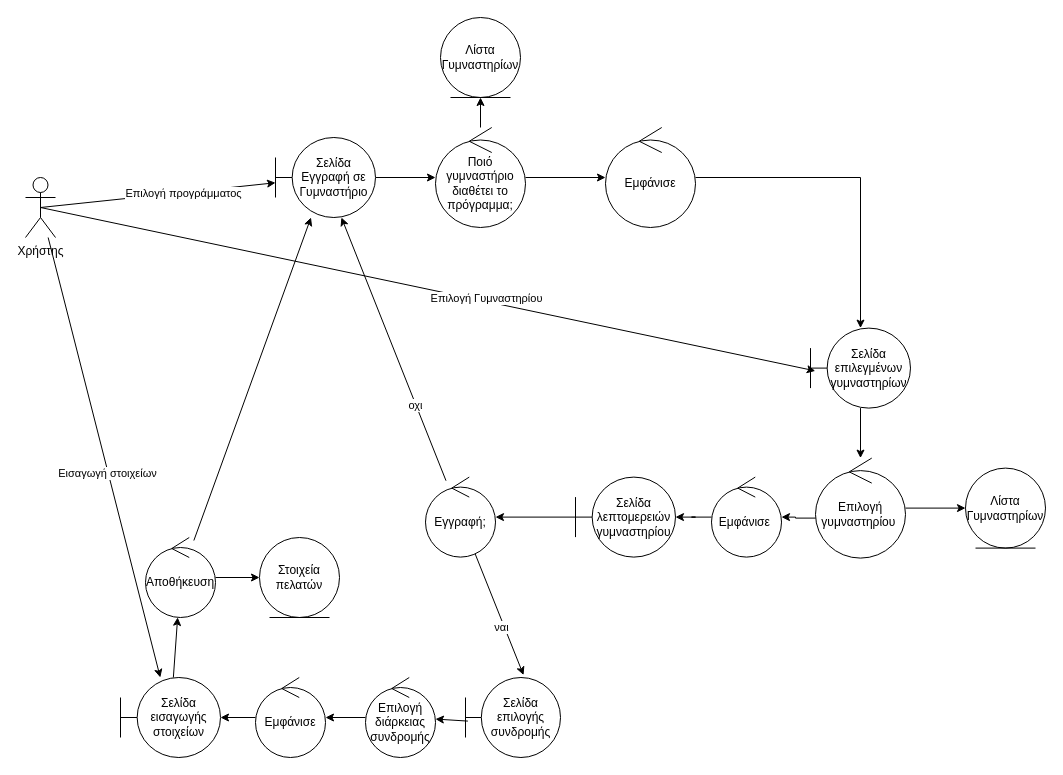
This is ΤΡΙΤΟ ΠΑΡΑΔΟΤΕΟ/Robustness-diagrams_v0.1/rd_εγγραφή_σε_γυμναστήριο.drawio from Dionkaps/Eu-Zin, a draw.io file, before an edit. Source tidied: cells renumbered, new cells numbered last; positions are measured from the earlier drawing's top-left corner, leaving out a move shared by most shapes. Both pictures are drawn from the tidied source at 100%, with x=0, y=0 at pixel (25, 17).
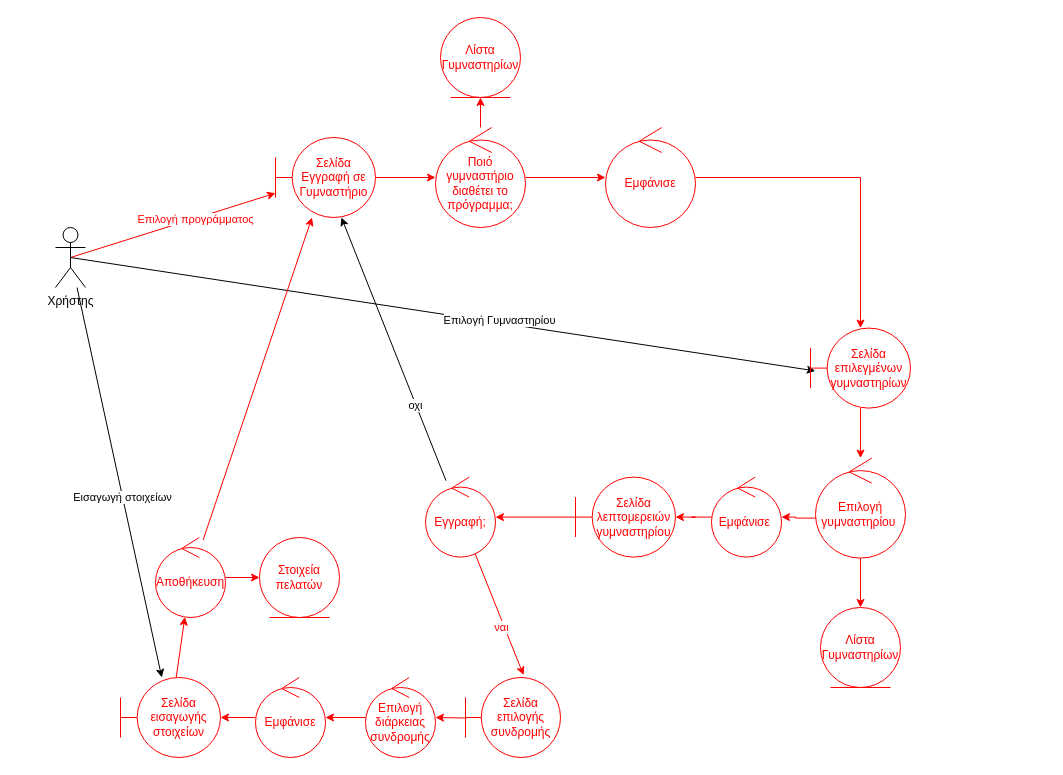
The same diagram, later.

Change to the diagram source:
```diff
@@
-    <mxCell id="2" style="rounded=0;jettySize=auto;html=1;exitX=0.5;exitY=0.5;exitDx=0;exitDy=0;exitPerimeter=0;" parent="1" edge="1" source="8" target="10">
+    <mxCell id="2" style="rounded=0;jettySize=auto;html=1;exitX=0.5;exitY=0.5;exitDx=0;exitDy=0;exitPerimeter=0;strokeColor=#FF0000;" parent="1" edge="1" source="8" target="10">
       <mxGeometry relative="1" as="geometry" />
     </mxCell>
-    <mxCell id="3" value="Επιλογή προγράμματος" style="edgeLabel;html=1;align=center;verticalAlign=middle;" parent="2" vertex="1">
+    <mxCell id="3" value="&lt;font color=&quot;#ff0000&quot;&gt;Επιλογή προγράμματος&lt;/font&gt;" style="edgeLabel;html=1;align=center;verticalAlign=middle;" parent="2" vertex="1">
       <mxGeometry x="0.21" relative="1" as="geometry" />
     </mxCell>
@@
     <mxCell id="8" value="Χρήστης" style="shape=umlActor;verticalLabelPosition=bottom;verticalAlign=top;html=1;outlineConnect=0;" parent="1" vertex="1">
-      <mxGeometry y="160" width="30" height="60" as="geometry" />
+      <mxGeometry x="30" y="210" width="30" height="60" as="geometry" />
     </mxCell>
-    <mxCell id="9" style="edgeStyle=orthogonalEdgeStyle;rounded=0;jettySize=auto;html=1;" parent="1" edge="1" source="10" target="13">
+    <mxCell id="9" style="edgeStyle=orthogonalEdgeStyle;rounded=0;jettySize=auto;html=1;strokeColor=#FF0000;" parent="1" edge="1" source="10" target="13">
       <mxGeometry relative="1" as="geometry" />
     </mxCell>
-    <mxCell id="10" value="Σελίδα Εγγραφή σε Γυμναστήριο" style="shape=umlBoundary;whiteSpace=wrap;html=1;" parent="1" vertex="1">
+    <mxCell id="10" value="&lt;font color=&quot;#ff0000&quot;&gt;Σελίδα Εγγραφή σε Γυμναστήριο&lt;/font&gt;" style="shape=umlBoundary;whiteSpace=wrap;html=1;strokeColor=#FF0000;" parent="1" vertex="1">
       <mxGeometry x="250" y="120" width="100" height="80" as="geometry" />
     </mxCell>
-    <mxCell id="11" style="edgeStyle=orthogonalEdgeStyle;rounded=0;jettySize=auto;html=1;" parent="1" edge="1" source="13" target="14">
+    <mxCell id="11" style="edgeStyle=orthogonalEdgeStyle;rounded=0;jettySize=auto;html=1;strokeColor=#FF0000;" parent="1" edge="1" source="13" target="14">
       <mxGeometry relative="1" as="geometry" />
     </mxCell>
-    <mxCell id="12" style="edgeStyle=orthogonalEdgeStyle;rounded=0;jettySize=auto;html=1;" parent="1" edge="1" source="13" target="16">
+    <mxCell id="12" style="edgeStyle=orthogonalEdgeStyle;rounded=0;jettySize=auto;html=1;strokeColor=#FF0000;" parent="1" edge="1" source="13" target="16">
       <mxGeometry relative="1" as="geometry" />
     </mxCell>
-    <mxCell id="13" value="Ποιό γυμναστήριο διαθέτει το πρόγραμμα;" style="ellipse;shape=umlControl;whiteSpace=wrap;html=1;" parent="1" vertex="1">
+    <mxCell id="13" value="&lt;font color=&quot;#ff0000&quot;&gt;Ποιό γυμναστήριο διαθέτει το πρόγραμμα;&lt;/font&gt;" style="ellipse;shape=umlControl;whiteSpace=wrap;html=1;strokeColor=#FF0000;" parent="1" vertex="1">
       <mxGeometry x="410" y="110" width="90" height="100" as="geometry" />
     </mxCell>
-    <mxCell id="14" value="Λίστα Γυμναστηρίων" style="ellipse;shape=umlEntity;whiteSpace=wrap;html=1;" parent="1" vertex="1">
+    <mxCell id="14" value="&lt;font color=&quot;#ff0000&quot;&gt;Λίστα Γυμναστηρίων&lt;/font&gt;" style="ellipse;shape=umlEntity;whiteSpace=wrap;html=1;strokeColor=#FF0000;" parent="1" vertex="1">
       <mxGeometry x="415" width="80" height="80" as="geometry" />
     </mxCell>
-    <mxCell id="15" style="edgeStyle=orthogonalEdgeStyle;rounded=0;jettySize=auto;html=1;" parent="1" edge="1" source="16" target="19">
+    <mxCell id="15" style="edgeStyle=orthogonalEdgeStyle;rounded=0;jettySize=auto;html=1;strokeColor=#FF0000;" parent="1" edge="1" source="16" target="19">
       <mxGeometry relative="1" as="geometry" />
     </mxCell>
-    <mxCell id="16" value="Εμφάνισε" style="ellipse;shape=umlControl;whiteSpace=wrap;html=1;" parent="1" vertex="1">
+    <mxCell id="16" value="&lt;font color=&quot;#ff0000&quot;&gt;Εμφάνισε&lt;/font&gt;" style="ellipse;shape=umlControl;whiteSpace=wrap;html=1;strokeColor=#FF0000;" parent="1" vertex="1">
       <mxGeometry x="580" y="110" width="90" height="100" as="geometry" />
     </mxCell>
-    <mxCell id="17" style="edgeStyle=orthogonalEdgeStyle;rounded=0;jettySize=auto;html=1;exitX=0.111;exitY=0.6;exitDx=0;exitDy=0;exitPerimeter=0;" parent="1" edge="1" source="25" target="21">
+    <mxCell id="17" style="edgeStyle=orthogonalEdgeStyle;rounded=0;jettySize=auto;html=1;exitX=0.111;exitY=0.6;exitDx=0;exitDy=0;exitPerimeter=0;strokeColor=#FF0000;" parent="1" edge="1" source="25" target="21">
       <mxGeometry relative="1" as="geometry" />
     </mxCell>
-    <mxCell id="18" style="edgeStyle=orthogonalEdgeStyle;rounded=0;jettySize=auto;html=1;" parent="1" edge="1" source="19" target="25">
+    <mxCell id="18" style="edgeStyle=orthogonalEdgeStyle;rounded=0;jettySize=auto;html=1;strokeColor=#FF0000;" parent="1" edge="1" source="19" target="25">
       <mxGeometry relative="1" as="geometry" />
     </mxCell>
-    <mxCell id="19" value="Σελίδα επιλεγμένων γυμναστηρίων" style="shape=umlBoundary;whiteSpace=wrap;html=1;" parent="1" vertex="1">
+    <mxCell id="19" value="&lt;font color=&quot;#ff0000&quot;&gt;Σελίδα επιλεγμένων γυμναστηρίων&lt;/font&gt;" style="shape=umlBoundary;whiteSpace=wrap;html=1;strokeColor=#FF0000;" parent="1" vertex="1">
       <mxGeometry x="785" y="310.6" width="100" height="80" as="geometry" />
     </mxCell>
-    <mxCell id="20" style="edgeStyle=orthogonalEdgeStyle;rounded=0;jettySize=auto;html=1;" parent="1" edge="1" source="21" target="23">
+    <mxCell id="20" style="edgeStyle=orthogonalEdgeStyle;rounded=0;jettySize=auto;html=1;strokeColor=#FF0000;" parent="1" edge="1" source="21" target="23">
       <mxGeometry relative="1" as="geometry" />
     </mxCell>
-    <mxCell id="21" value="Εμφάνισε&amp;nbsp;" style="ellipse;shape=umlControl;whiteSpace=wrap;html=1;" parent="1" vertex="1">
+    <mxCell id="21" value="&lt;font color=&quot;#ff0000&quot;&gt;Εμφάνισε&amp;nbsp;&lt;/font&gt;" style="ellipse;shape=umlControl;whiteSpace=wrap;html=1;strokeColor=#FF0000;" parent="1" vertex="1">
       <mxGeometry x="686" y="459.6" width="70" height="80" as="geometry" />
     </mxCell>
-    <mxCell id="22" style="edgeStyle=orthogonalEdgeStyle;rounded=0;jettySize=auto;html=1;" parent="1" edge="1" source="23" target="31">
+    <mxCell id="22" style="edgeStyle=orthogonalEdgeStyle;rounded=0;jettySize=auto;html=1;strokeColor=#FF0000;" parent="1" edge="1" source="23" target="31">
       <mxGeometry relative="1" as="geometry" />
     </mxCell>
-    <mxCell id="23" value="Σελίδα λεπτομερειών γυμναστηρίου" style="shape=umlBoundary;whiteSpace=wrap;html=1;" parent="1" vertex="1">
+    <mxCell id="23" value="&lt;font color=&quot;#ff0000&quot;&gt;Σελίδα λεπτομερειών γυμναστηρίου&lt;/font&gt;" style="shape=umlBoundary;whiteSpace=wrap;html=1;strokeColor=#FF0000;" parent="1" vertex="1">
       <mxGeometry x="550" y="459.6" width="100" height="80" as="geometry" />
     </mxCell>
-    <mxCell id="24" style="edgeStyle=orthogonalEdgeStyle;rounded=0;jettySize=auto;html=1;" parent="1" edge="1" source="25" target="26">
+    <mxCell id="24" style="edgeStyle=orthogonalEdgeStyle;rounded=0;jettySize=auto;html=1;strokeColor=#FF0000;" parent="1" edge="1" source="25" target="26">
       <mxGeometry relative="1" as="geometry" />
     </mxCell>
-    <mxCell id="25" value="Επιλογή γυμναστηρίου&amp;nbsp;" style="ellipse;shape=umlControl;whiteSpace=wrap;html=1;" parent="1" vertex="1">
+    <mxCell id="25" value="&lt;font color=&quot;#ff0000&quot;&gt;Επιλογή γυμναστηρίου&amp;nbsp;&lt;/font&gt;" style="ellipse;shape=umlControl;whiteSpace=wrap;html=1;strokeColor=#FF0000;" parent="1" vertex="1">
       <mxGeometry x="790" y="440.6" width="90" height="100" as="geometry" />
     </mxCell>
-    <mxCell id="26" value="Λίστα Γυμναστηρίων" style="ellipse;shape=umlEntity;whiteSpace=wrap;html=1;" parent="1" vertex="1">
-      <mxGeometry x="940" y="450.6" width="80" height="80" as="geometry" />
+    <mxCell id="26" value="&lt;font color=&quot;#ff0000&quot;&gt;Λίστα Γυμναστηρίων&lt;/font&gt;" style="ellipse;shape=umlEntity;whiteSpace=wrap;html=1;strokeColor=#FF0000;" parent="1" vertex="1">
+      <mxGeometry x="795" y="590" width="80" height="80" as="geometry" />
     </mxCell>
@@
-    <mxCell id="29" style="rounded=0;jettySize=auto;html=1;entryX=0.611;entryY=-0.03;entryDx=0;entryDy=0;entryPerimeter=0;" parent="1" edge="1" source="31" target="35">
+    <mxCell id="29" style="rounded=0;jettySize=auto;html=1;entryX=0.611;entryY=-0.03;entryDx=0;entryDy=0;entryPerimeter=0;strokeColor=#FF0000;" parent="1" edge="1" source="31" target="35">
       <mxGeometry relative="1" as="geometry" />
     </mxCell>
-    <mxCell id="30" value="ναι" style="edgeLabel;html=1;align=center;verticalAlign=middle;" parent="29" vertex="1">
+    <mxCell id="30" value="&lt;font color=&quot;#ff0000&quot;&gt;ναι&lt;/font&gt;" style="edgeLabel;html=1;align=center;verticalAlign=middle;" parent="29" vertex="1">
       <mxGeometry x="0.19" y="-3" relative="1" as="geometry" />
     </mxCell>
-    <mxCell id="31" value="Εγγραφή;" style="ellipse;shape=umlControl;whiteSpace=wrap;html=1;" parent="1" vertex="1">
+    <mxCell id="31" value="&lt;font color=&quot;#ff0000&quot;&gt;Εγγραφή;&lt;/font&gt;" style="ellipse;shape=umlControl;whiteSpace=wrap;html=1;strokeColor=#FF0000;" parent="1" vertex="1">
       <mxGeometry x="400" y="459.6" width="70" height="80" as="geometry" />
     </mxCell>
-    <mxCell id="32" style="rounded=0;jettySize=auto;html=1;" parent="1" edge="1" source="33" target="42">
+    <mxCell id="32" style="rounded=0;jettySize=auto;html=1;strokeColor=#FF0000;" parent="1" edge="1" source="33" target="42">
       <mxGeometry relative="1" as="geometry" />
     </mxCell>
-    <mxCell id="33" value="Σελίδα εισαγωγής στοιχείων" style="shape=umlBoundary;whiteSpace=wrap;html=1;" parent="1" vertex="1">
+    <mxCell id="33" value="&lt;font color=&quot;#ff0000&quot;&gt;Σελίδα εισαγωγής στοιχείων&lt;/font&gt;" style="shape=umlBoundary;whiteSpace=wrap;html=1;strokeColor=#FF0000;" parent="1" vertex="1">
       <mxGeometry x="95" y="660" width="100" height="80" as="geometry" />
     </mxCell>
-    <mxCell id="34" style="rounded=0;jettySize=auto;html=1;exitX=0.025;exitY=0.545;exitDx=0;exitDy=0;exitPerimeter=0;" parent="1" edge="1" source="35" target="37">
+    <mxCell id="34" style="rounded=0;jettySize=auto;html=1;exitX=0.013;exitY=0.507;exitDx=0;exitDy=0;exitPerimeter=0;strokeColor=#FF0000;" parent="1" edge="1" source="35" target="37">
       <mxGeometry relative="1" as="geometry" />
     </mxCell>
-    <mxCell id="35" value="Σελίδα επιλογής συνδρομής" style="shape=umlBoundary;whiteSpace=wrap;html=1;" parent="1" vertex="1">
+    <mxCell id="35" value="&lt;font color=&quot;#ff0000&quot;&gt;Σελίδα επιλογής συνδρομής&lt;/font&gt;" style="shape=umlBoundary;whiteSpace=wrap;html=1;strokeColor=#FF0000;" parent="1" vertex="1">
       <mxGeometry x="440" y="660" width="95" height="80" as="geometry" />
     </mxCell>
-    <mxCell id="36" style="edgeStyle=orthogonalEdgeStyle;rounded=0;jettySize=auto;html=1;" parent="1" edge="1" source="37" target="39">
+    <mxCell id="36" style="edgeStyle=orthogonalEdgeStyle;rounded=0;jettySize=auto;html=1;strokeColor=#FF0000;" parent="1" edge="1" source="37" target="39">
       <mxGeometry relative="1" as="geometry" />
     </mxCell>
-    <mxCell id="37" value="Επιλογή διάρκειας συνδρομής" style="ellipse;shape=umlControl;whiteSpace=wrap;html=1;" parent="1" vertex="1">
+    <mxCell id="37" value="&lt;font color=&quot;#ff0000&quot;&gt;Επιλογή διάρκειας συνδρομής&lt;/font&gt;" style="ellipse;shape=umlControl;whiteSpace=wrap;html=1;strokeColor=#FF0000;" parent="1" vertex="1">
       <mxGeometry x="340" y="660" width="70" height="80" as="geometry" />
     </mxCell>
-    <mxCell id="38" style="rounded=0;jettySize=auto;html=1;" parent="1" edge="1" source="39" target="33">
+    <mxCell id="38" style="rounded=0;jettySize=auto;html=1;strokeColor=#FF0000;" parent="1" edge="1" source="39" target="33">
       <mxGeometry relative="1" as="geometry" />
     </mxCell>
-    <mxCell id="39" value="Εμφάνισε" style="ellipse;shape=umlControl;whiteSpace=wrap;html=1;" parent="1" vertex="1">
+    <mxCell id="39" value="&lt;font color=&quot;#ff0000&quot;&gt;Εμφάνισε&lt;/font&gt;" style="ellipse;shape=umlControl;whiteSpace=wrap;html=1;strokeColor=#FF0000;" parent="1" vertex="1">
       <mxGeometry x="230" y="660" width="70" height="80" as="geometry" />
     </mxCell>
-    <mxCell id="40" style="rounded=0;jettySize=auto;html=1;" parent="1" edge="1" source="42" target="43">
+    <mxCell id="40" style="rounded=0;jettySize=auto;html=1;strokeColor=#FF0000;" parent="1" edge="1" source="42" target="43">
       <mxGeometry relative="1" as="geometry" />
     </mxCell>
-    <mxCell id="41" style="rounded=0;jettySize=auto;html=1;" parent="1" edge="1" source="42" target="10">
+    <mxCell id="41" style="rounded=0;jettySize=auto;html=1;strokeColor=#FF0000;" parent="1" edge="1" source="42" target="10">
       <mxGeometry relative="1" as="geometry" />
     </mxCell>
-    <mxCell id="42" value="Αποθήκευση" style="ellipse;shape=umlControl;whiteSpace=wrap;html=1;" parent="1" vertex="1">
-      <mxGeometry x="120" y="520" width="70" height="80" as="geometry" />
+    <mxCell id="42" value="&lt;font color=&quot;#ff0000&quot;&gt;Αποθήκευση&lt;/font&gt;" style="ellipse;shape=umlControl;whiteSpace=wrap;html=1;strokeColor=#FF0000;" parent="1" vertex="1">
+      <mxGeometry x="130" y="520" width="70" height="80" as="geometry" />
     </mxCell>
-    <mxCell id="43" value="Στοιχεία πελατών" style="ellipse;shape=umlEntity;whiteSpace=wrap;html=1;" parent="1" vertex="1">
+    <mxCell id="43" value="&lt;font color=&quot;#ff0000&quot;&gt;Στοιχεία πελατών&lt;/font&gt;" style="ellipse;shape=umlEntity;whiteSpace=wrap;html=1;strokeColor=#FF0000;" parent="1" vertex="1">
       <mxGeometry x="234" y="520" width="80" height="80" as="geometry" />
     </mxCell>
```
